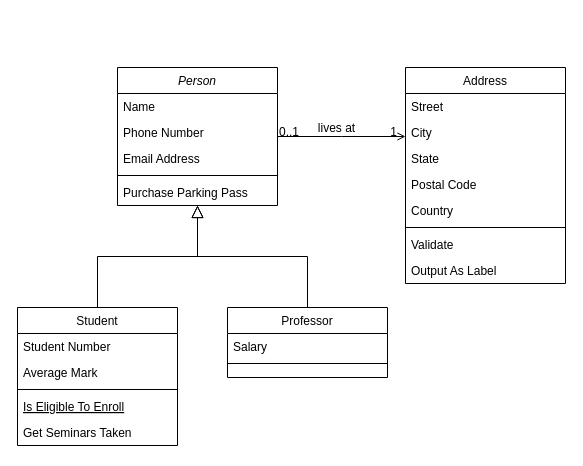
This is 未命名绘图.drawio from gavinlee2014/ClassDiagram, a draw.io file, before an edit. Source tidied: cells renumbered, new cells numbered last; positions are measured from the earlier drawing's top-left corner, leaving out a move shared by most shapes. Both pictures are drawn from the tidied source at 100%, with x=0, y=0 at pixel (17, 67).
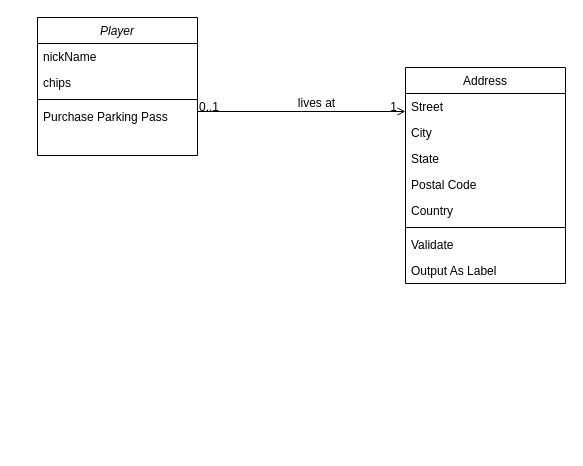
After the change.

Commit message:
更新未命名绘图.drawio

Change to the diagram source:
```diff
@@
-    <mxCell id="2" value="Person" style="swimlane;fontStyle=2;align=center;verticalAlign=top;horizontal=1;startSize=26;rounded=0;shadow=0;strokeWidth=1;" parent="1" vertex="1">
-      <mxGeometry x="100" width="160" height="138" as="geometry" />
+    <mxCell id="2" value="Player" style="swimlane;fontStyle=2;align=center;verticalAlign=top;horizontal=1;startSize=26;rounded=0;shadow=0;strokeWidth=1;" parent="1" vertex="1">
+      <mxGeometry x="20" y="-50" width="160" height="138" as="geometry" />
     </mxCell>
-    <mxCell id="3" value="Name" style="text;align=left;verticalAlign=top;spacingLeft=4;spacingRight=4;overflow=hidden;" parent="2" vertex="1">
+    <mxCell id="3" value="nickName" style="text;align=left;verticalAlign=top;spacingLeft=4;spacingRight=4;overflow=hidden;" parent="2" vertex="1">
       <mxGeometry y="26" width="160" height="26" as="geometry" />
     </mxCell>
-    <mxCell id="4" value="Phone Number" style="text;align=left;verticalAlign=top;spacingLeft=4;spacingRight=4;overflow=hidden;rounded=0;shadow=0;html=0;" parent="2" vertex="1">
+    <mxCell id="4" value="chips" style="text;align=left;verticalAlign=top;spacingLeft=4;spacingRight=4;overflow=hidden;rounded=0;shadow=0;html=0;" parent="2" vertex="1">
       <mxGeometry y="52" width="160" height="26" as="geometry" />
     </mxCell>
-    <mxCell id="5" value="Email Address" style="text;align=left;verticalAlign=top;spacingLeft=4;spacingRight=4;overflow=hidden;rounded=0;shadow=0;html=0;" parent="2" vertex="1">
-      <mxGeometry y="78" width="160" height="26" as="geometry" />
-    </mxCell>
     <mxCell id="6" style="line;html=1;strokeWidth=1;align=left;verticalAlign=middle;spacingTop=-1;spacingLeft=3;spacingRight=3;labelPosition=right;" parent="2" vertex="1">
-      <mxGeometry y="104" width="160" height="8" as="geometry" />
+      <mxGeometry y="78" width="160" height="8" as="geometry" />
     </mxCell>
     <mxCell id="7" value="Purchase Parking Pass" style="text;align=left;verticalAlign=top;spacingLeft=4;spacingRight=4;overflow=hidden;" parent="2" vertex="1">
-      <mxGeometry y="112" width="160" height="26" as="geometry" />
+      <mxGeometry y="86" width="160" height="26" as="geometry" />
     </mxCell>
-    <mxCell id="8" value="Student" style="swimlane;fontStyle=0;align=center;verticalAlign=top;horizontal=1;startSize=26;rounded=0;shadow=0;strokeWidth=1;" parent="1" vertex="1">
-      <mxGeometry y="240" width="160" height="138" as="geometry" />
-    </mxCell>
-    <mxCell id="9" value="Student Number" style="text;align=left;verticalAlign=top;spacingLeft=4;spacingRight=4;overflow=hidden;" parent="8" vertex="1">
-      <mxGeometry y="26" width="160" height="26" as="geometry" />
-    </mxCell>
-    <mxCell id="10" value="Average Mark" style="text;align=left;verticalAlign=top;spacingLeft=4;spacingRight=4;overflow=hidden;rounded=0;shadow=0;html=0;" parent="8" vertex="1">
-      <mxGeometry y="52" width="160" height="26" as="geometry" />
-    </mxCell>
-    <mxCell id="11" style="line;html=1;strokeWidth=1;align=left;verticalAlign=middle;spacingTop=-1;spacingLeft=3;spacingRight=3;labelPosition=right;" parent="8" vertex="1">
-      <mxGeometry y="78" width="160" height="8" as="geometry" />
-    </mxCell>
-    <mxCell id="12" value="Is Eligible To Enroll" style="text;align=left;verticalAlign=top;spacingLeft=4;spacingRight=4;overflow=hidden;fontStyle=4;" parent="8" vertex="1">
-      <mxGeometry y="86" width="160" height="26" as="geometry" />
-    </mxCell>
-    <mxCell id="13" value="Get Seminars Taken" style="text;align=left;verticalAlign=top;spacingLeft=4;spacingRight=4;overflow=hidden;" parent="8" vertex="1">
-      <mxGeometry y="112" width="160" height="26" as="geometry" />
-    </mxCell>
-    <mxCell id="14" style="endArrow=block;endSize=10;endFill=0;shadow=0;strokeWidth=1;rounded=0;edgeStyle=elbowEdgeStyle;elbow=vertical;" parent="1" edge="1" source="8" target="2">
-      <mxGeometry relative="1" as="geometry" />
-    </mxCell>
-    <mxCell id="15" value="Professor" style="swimlane;fontStyle=0;align=center;verticalAlign=top;horizontal=1;startSize=26;rounded=0;shadow=0;strokeWidth=1;" parent="1" vertex="1">
-      <mxGeometry x="210" y="240" width="160" height="70" as="geometry" />
-    </mxCell>
-    <mxCell id="16" value="Salary" style="text;align=left;verticalAlign=top;spacingLeft=4;spacingRight=4;overflow=hidden;" parent="15" vertex="1">
-      <mxGeometry y="26" width="160" height="26" as="geometry" />
-    </mxCell>
-    <mxCell id="17" style="line;html=1;strokeWidth=1;align=left;verticalAlign=middle;spacingTop=-1;spacingLeft=3;spacingRight=3;labelPosition=right;" parent="15" vertex="1">
-      <mxGeometry y="52" width="160" height="8" as="geometry" />
-    </mxCell>
-    <mxCell id="18" style="endArrow=block;endSize=10;endFill=0;shadow=0;strokeWidth=1;rounded=0;edgeStyle=elbowEdgeStyle;elbow=vertical;" parent="1" edge="1" source="15" target="2">
-      <mxGeometry relative="1" as="geometry" />
-    </mxCell>
```
